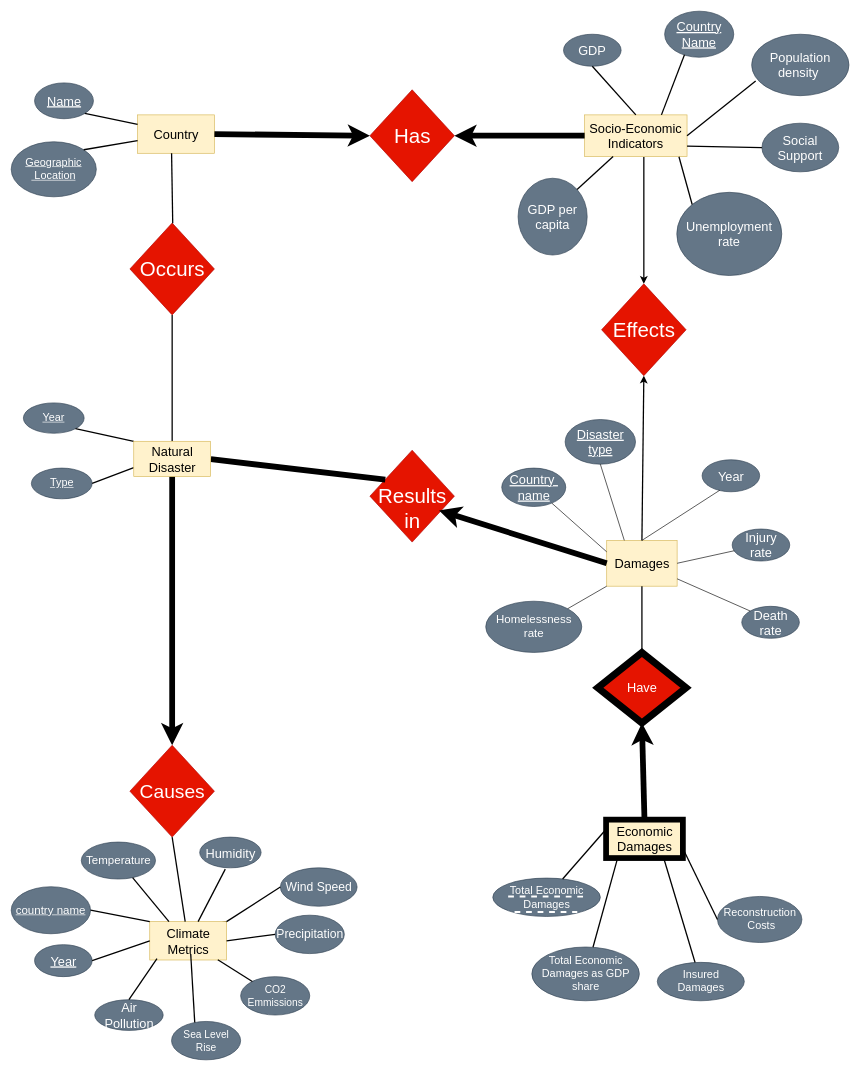
Before: ER diagram/ER_copy.drawio in sadia-kd/CPSC-368-Project, a draw.io diagram. Source tidied: cells renumbered, new cells numbered last; positions are measured from the earlier drawing's top-left corner, leaving out a move shared by most shapes. Both pictures are drawn from the tidied source at 64%, with x=0, y=0 at pixel (11, 11).
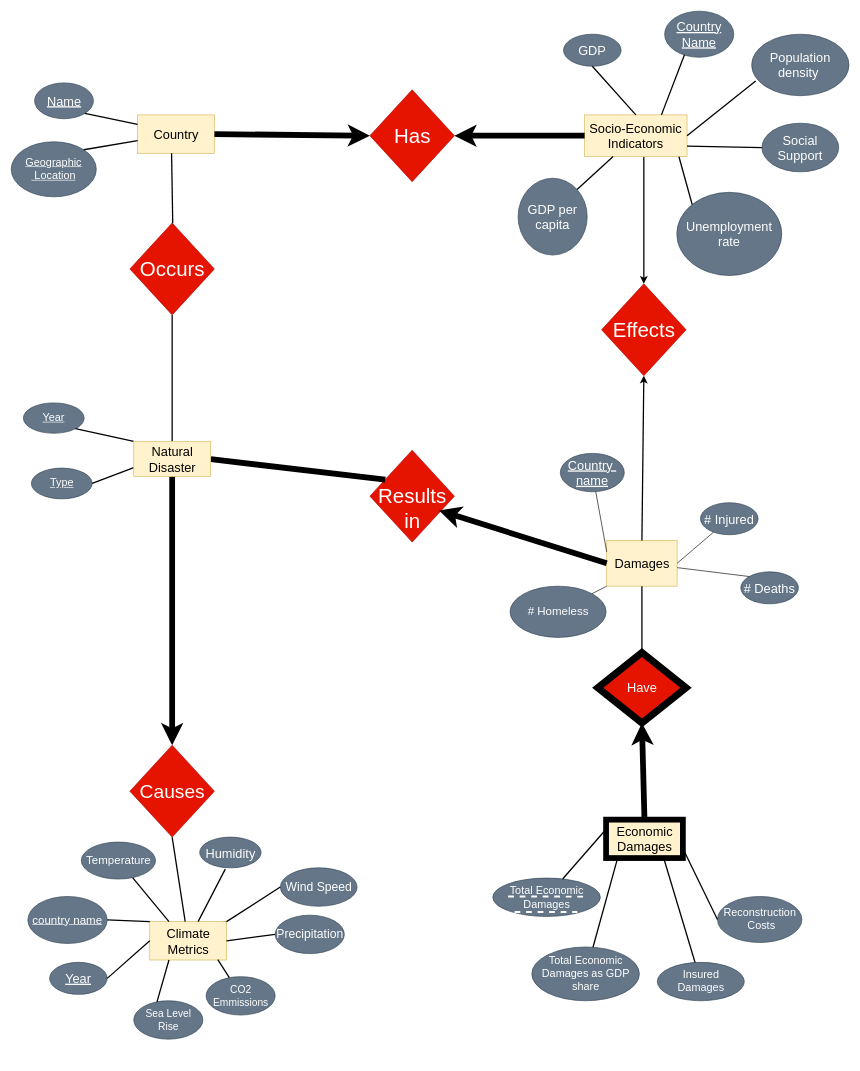
The same page after the edit.

The change refers to these unchanged cells:
```xml
<mxCell id="4" value="&lt;font style=&quot;font-size: 20px;&quot;&gt;Damages&lt;br&gt;&lt;/font&gt;" style="rounded=0;whiteSpace=wrap;html=1;fillColor=#fff2cc;strokeColor=#d6b656;" parent="1" vertex="1">
  <mxGeometry x="930.5" y="826.9" width="110" height="71.5" as="geometry" />
</mxCell>
<mxCell id="25" value="&lt;font style=&quot;font-size: 20px;&quot;&gt;Climate Metrics&lt;/font&gt;" style="rounded=0;whiteSpace=wrap;html=1;fillColor=#fff2cc;strokeColor=#d6b656;" parent="1" vertex="1">
  <mxGeometry x="216.5" y="1422.5" width="120" height="60" as="geometry" />
</mxCell>
```

What changed in the source:
```diff
@@
-    <mxCell id="29" value="&lt;span style=&quot;font-size: 20px;&quot;&gt;Year&lt;/span&gt;" style="ellipse;whiteSpace=wrap;html=1;fillColor=#647687;fontColor=#ffffff;strokeColor=#314354;" parent="1" vertex="1">
-      <mxGeometry x="1079.5" y="700.9" width="90" height="50" as="geometry" />
-    </mxCell>
     <mxCell id="30" value="&lt;span style=&quot;font-size: 20px;&quot;&gt;&lt;u&gt;Year&lt;/u&gt;&lt;br&gt;&lt;/span&gt;" style="ellipse;whiteSpace=wrap;html=1;fillColor=#647687;fontColor=#ffffff;strokeColor=#314354;" parent="1" vertex="1">
-      <mxGeometry x="36.5" y="1458.5" width="90" height="50" as="geometry" />
+      <mxGeometry x="60" y="1486.2" width="90" height="50" as="geometry" />
     </mxCell>
-    <mxCell id="31" value="&lt;span style=&quot;font-size: 20px;&quot;&gt;Death rate&lt;/span&gt;" style="ellipse;whiteSpace=wrap;html=1;fillColor=#647687;fontColor=#ffffff;strokeColor=#314354;" parent="1" vertex="1">
-      <mxGeometry x="1141.5" y="929.9" width="90" height="50" as="geometry" />
+    <mxCell id="31" value="&lt;span style=&quot;font-size: 20px;&quot;&gt;# Deaths&lt;/span&gt;" style="ellipse;whiteSpace=wrap;html=1;fillColor=#647687;fontColor=#ffffff;strokeColor=#314354;" parent="1" vertex="1">
+      <mxGeometry x="1140" y="876" width="90" height="50" as="geometry" />
     </mxCell>
@@
-    <mxCell id="36" value="&lt;font style=&quot;font-size: 18px;&quot;&gt;Homelessness rate&lt;/font&gt;" style="ellipse;whiteSpace=wrap;html=1;fillColor=#647687;fontColor=#ffffff;strokeColor=#314354;" parent="1" vertex="1">
-      <mxGeometry x="741.5" y="921.9" width="150" height="80" as="geometry" />
+    <mxCell id="36" value="&lt;font style=&quot;font-size: 18px;&quot;&gt;# Homeless&lt;br&gt;&lt;/font&gt;" style="ellipse;whiteSpace=wrap;html=1;fillColor=#647687;fontColor=#ffffff;strokeColor=#314354;" parent="1" vertex="1">
+      <mxGeometry x="779.5" y="898.4" width="150" height="80" as="geometry" />
     </mxCell>
-    <mxCell id="37" value="&lt;span style=&quot;font-size: 20px;&quot;&gt;Injury &lt;br&gt;rate&lt;/span&gt;" style="ellipse;whiteSpace=wrap;html=1;fillColor=#647687;fontColor=#ffffff;strokeColor=#314354;" parent="1" vertex="1">
-      <mxGeometry x="1126.5" y="809.1" width="90" height="50" as="geometry" />
+    <mxCell id="37" value="&lt;span style=&quot;font-size: 20px;&quot;&gt;# Injured&lt;br&gt;&lt;/span&gt;" style="ellipse;whiteSpace=wrap;html=1;fillColor=#647687;fontColor=#ffffff;strokeColor=#314354;" parent="1" vertex="1">
+      <mxGeometry x="1077" y="768" width="90" height="50" as="geometry" />
     </mxCell>
     <mxCell id="38" value="&lt;font style=&quot;font-size: 18px;&quot;&gt;&lt;u&gt;country name&lt;/u&gt;&lt;/font&gt;" style="ellipse;whiteSpace=wrap;html=1;fillColor=#647687;fontColor=#ffffff;strokeColor=#314354;" parent="1" vertex="1">
-      <mxGeometry y="1368" width="124" height="73.5" as="geometry" />
+      <mxGeometry x="26" y="1383.2" width="124" height="73.5" as="geometry" />
     </mxCell>
@@
     <mxCell id="41" value="&lt;span style=&quot;font-size: 20px;&quot;&gt;&lt;u&gt;Country&amp;nbsp;&lt;br&gt;name&lt;/u&gt;&lt;br&gt;&lt;/span&gt;" style="ellipse;whiteSpace=wrap;html=1;fillColor=#647687;fontColor=#ffffff;strokeColor=#314354;rotation=0;" parent="1" vertex="1">
-      <mxGeometry x="766.5" y="713.9" width="100" height="60" as="geometry" />
+      <mxGeometry x="858" y="690.9" width="100" height="60" as="geometry" />
     </mxCell>
-    <mxCell id="42" value="&lt;span style=&quot;font-size: 20px;&quot;&gt;&lt;u&gt;Disaster type&lt;/u&gt;&lt;/span&gt;" style="ellipse;whiteSpace=wrap;html=1;fillColor=#647687;fontColor=#ffffff;strokeColor=#314354;" parent="1" vertex="1">
-      <mxGeometry x="865.5" y="638" width="110" height="69.8" as="geometry" />
-    </mxCell>
@@
     <mxCell id="44" value="&lt;font style=&quot;font-size: 16px;&quot;&gt;CO2 Emmissions&lt;/font&gt;" style="ellipse;whiteSpace=wrap;html=1;fillColor=#647687;fontColor=#ffffff;strokeColor=#314354;" parent="1" vertex="1">
-      <mxGeometry x="358.5" y="1508.5" width="108" height="60" as="geometry" />
+      <mxGeometry x="304.5" y="1508.5" width="108" height="60" as="geometry" />
     </mxCell>
-    <mxCell id="45" style="endArrow=none;html=1;rounded=0;exitX=0.5;exitY=0;exitDx=0;exitDy=0;entryX=0.308;entryY=0.951;entryDx=0;entryDy=0;entryPerimeter=0;" parent="1" edge="1" source="4" target="29">
-      <mxGeometry relative="1" as="geometry" />
-    </mxCell>
@@
-    <mxCell id="48" style="endArrow=none;html=1;rounded=0;entryX=0.5;entryY=1;entryDx=0;entryDy=0;exitX=0.25;exitY=0;exitDx=0;exitDy=0;" parent="1" edge="1" source="4" target="42">
-      <mxGeometry relative="1" as="geometry" />
-    </mxCell>
     <mxCell id="49" value="&lt;font style=&quot;font-size: 16px;&quot;&gt;Sea Level Rise&lt;/font&gt;" style="ellipse;whiteSpace=wrap;html=1;fillColor=#647687;fontColor=#ffffff;strokeColor=#314354;" parent="1" vertex="1">
-      <mxGeometry x="250.5" y="1578.5" width="108" height="60" as="geometry" />
+      <mxGeometry x="191.5" y="1546.2" width="108" height="60" as="geometry" />
     </mxCell>
@@
-    <mxCell id="57" value="&lt;span style=&quot;font-size: 20px;&quot;&gt;Air Pollution&lt;/span&gt;" style="ellipse;whiteSpace=wrap;html=1;fillColor=#647687;fontColor=#ffffff;strokeColor=#314354;" parent="1" vertex="1">
-      <mxGeometry x="130.5" y="1544.5" width="107" height="48" as="geometry" />
-    </mxCell>
@@
-    <mxCell id="72" style="endArrow=none;html=1;rounded=0;strokeWidth=2;entryX=0.5;entryY=0;entryDx=0;entryDy=0;exitX=0.094;exitY=0.964;exitDx=0;exitDy=0;exitPerimeter=0;" parent="1" edge="1" source="25" target="57">
-      <mxGeometry relative="1" as="geometry" />
-    </mxCell>
-    <mxCell id="73" style="endArrow=none;html=1;rounded=0;strokeWidth=2;entryX=0.336;entryY=0.028;entryDx=0;entryDy=0;entryPerimeter=0;" parent="1" edge="1" target="49">
-      <mxGeometry relative="1" as="geometry">
-        <mxPoint x="280.5" y="1473" as="sourcePoint" />
-      </mxGeometry>
+    <mxCell id="73" style="endArrow=none;html=1;rounded=0;strokeWidth=2;entryX=0.336;entryY=0.028;entryDx=0;entryDy=0;entryPerimeter=0;exitX=0.25;exitY=1;exitDx=0;exitDy=0;" parent="1" edge="1" source="25" target="49">
+      <mxGeometry relative="1" as="geometry" />
     </mxCell>
```
